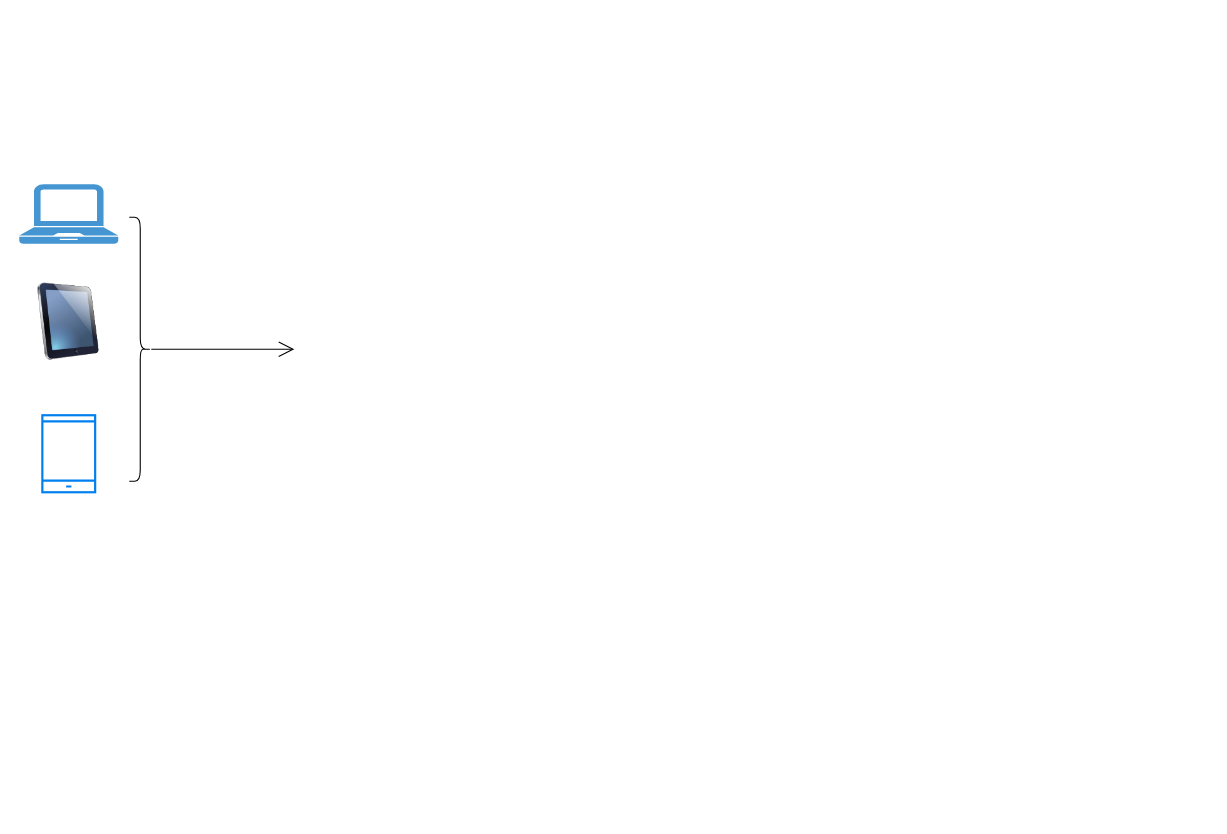
Above: Схема развёртывания приложения.drawio in Eugene-Bykovsky/diagrams (draw.io), before the change. Source tidied: cells renumbered, new cells numbered last; positions are measured from the earlier drawing's top-left corner, leaving out a move shared by most shapes. Both pictures are drawn from the tidied source at 110%, with x=0, y=0 at pixel (19, 184). Pictures stored in the file or linked from it are replaced by grey dashed boxes.
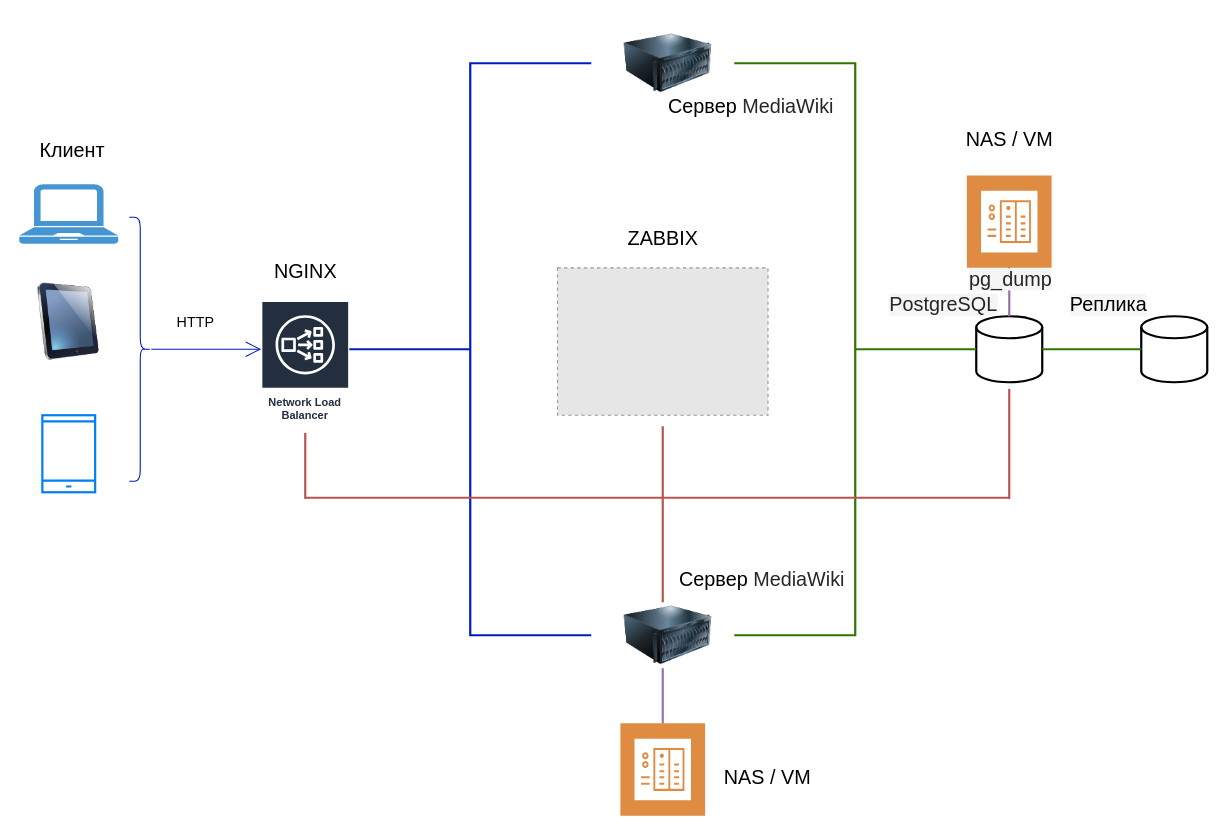
The same diagram, later.

What changed in the source:
```diff
@@
-    <mxCell id="5" style="shape=curlyBracket;whiteSpace=wrap;html=1;rounded=1;flipH=1;labelPosition=right;verticalLabelPosition=middle;align=left;verticalAlign=middle;" parent="1" vertex="1">
+    <mxCell id="5" style="shape=curlyBracket;whiteSpace=wrap;html=1;rounded=1;flipH=1;labelPosition=right;verticalLabelPosition=middle;align=left;verticalAlign=middle;fillColor=#0050ef;fontColor=#ffffff;strokeColor=#001DBC;" parent="1" vertex="1">
       <mxGeometry x="100" y="30" width="20" height="240" as="geometry" />
     </mxCell>
-    <mxCell id="6" style="endArrow=open;endFill=1;endSize=12;html=1;rounded=0;" parent="1" edge="1">
+    <mxCell id="6" style="endArrow=open;endFill=1;endSize=12;html=1;rounded=0;fillColor=#0050ef;strokeColor=#001DBC;" parent="1" edge="1">
       <mxGeometry relative="1" as="geometry">
         <mxPoint x="120" y="150" as="sourcePoint" />
-        <mxPoint x="250" y="150" as="targetPoint" />
+        <mxPoint x="220" y="150" as="targetPoint" />
       </mxGeometry>
     </mxCell>
+    <mxCell id="7" style="image;html=1;image=img/lib/clip_art/computers/Server_128x128.png;" parent="1" vertex="1">
+      <mxGeometry x="550" y="-150" width="80" height="80" as="geometry" />
+    </mxCell>
+    <mxCell id="8" style="image;html=1;image=img/lib/clip_art/computers/Server_128x128.png;" parent="1" vertex="1">
+      <mxGeometry x="550" y="370" width="80" height="80" as="geometry" />
+    </mxCell>
+    <mxCell id="9" style="strokeWidth=2;html=1;shape=mxgraph.flowchart.database;whiteSpace=wrap;" parent="1" vertex="1">
+      <mxGeometry x="870" y="120" width="60" height="60" as="geometry" />
+    </mxCell>
+    <mxCell id="10" value="Network Load Balancer" style="sketch=0;fontColor=#232F3E;gradientColor=none;strokeColor=#ffffff;fillColor=#232F3E;dashed=0;verticalLabelPosition=middle;verticalAlign=bottom;align=center;html=1;whiteSpace=wrap;fontSize=10;fontStyle=1;spacing=3;shape=mxgraph.aws4.productIcon;prIcon=mxgraph.aws4.network_load_balancer;" parent="1" vertex="1">
+      <mxGeometry x="220" y="106" width="80" height="114" as="geometry" />
+    </mxCell>
+    <mxCell id="11" style="strokeWidth=2;html=1;shape=mxgraph.flowchart.annotation_2;align=left;labelPosition=right;fillColor=#0050ef;fontColor=#ffffff;strokeColor=#001DBC;" parent="1" vertex="1">
+      <mxGeometry x="300" y="-110" width="220" height="520" as="geometry" />
+    </mxCell>
+    <mxCell id="12" style="strokeWidth=2;html=1;shape=mxgraph.flowchart.annotation_2;align=left;labelPosition=right;rotation=-180;fillColor=#60a917;fontColor=#ffffff;strokeColor=#2D7600;" parent="1" vertex="1">
+      <mxGeometry x="650" y="-110" width="220" height="520" as="geometry" />
+    </mxCell>
+    <mxCell id="13" style="strokeWidth=2;html=1;shape=mxgraph.flowchart.database;whiteSpace=wrap;" parent="1" vertex="1">
+      <mxGeometry x="1020" y="120" width="60" height="60" as="geometry" />
+    </mxCell>
+    <mxCell id="14" style="line;strokeWidth=2;html=1;fillColor=#60a917;fontColor=#ffffff;strokeColor=#2D7600;" parent="1" vertex="1">
+      <mxGeometry x="930" y="145" width="90" height="10" as="geometry" />
+    </mxCell>
+    <mxCell id="15" style="line;strokeWidth=2;direction=south;html=1;fillColor=#e1d5e7;strokeColor=#9673a6;" parent="1" vertex="1">
+      <mxGeometry x="895" y="70" width="10" height="50" as="geometry" />
+    </mxCell>
+    <mxCell id="16" style="sketch=0;shadow=0;dashed=0;html=1;strokeColor=none;fillColor=#DF8C42;labelPosition=center;verticalLabelPosition=bottom;verticalAlign=top;align=center;shape=mxgraph.veeam2.nas_backup;" parent="1" vertex="1">
+      <mxGeometry x="546.5" y="490" width="77" height="84" as="geometry" />
+    </mxCell>
+    <mxCell id="17" style="line;strokeWidth=2;direction=south;html=1;fillColor=#e1d5e7;strokeColor=#9673a6;" parent="1" vertex="1">
+      <mxGeometry x="580" y="440" width="10" height="50" as="geometry" />
+    </mxCell>
+    <mxCell id="18" style="sketch=0;shadow=0;dashed=0;html=1;strokeColor=none;fillColor=#DF8C42;labelPosition=center;verticalLabelPosition=bottom;verticalAlign=top;align=center;shape=mxgraph.veeam2.nas_backup;" parent="1" vertex="1">
+      <mxGeometry x="861.5" y="-8" width="77" height="84" as="geometry" />
+    </mxCell>
+    <mxCell id="19" style="fillColor=#E6E6E6;strokeColor=#999999;dashed=1;html=1;verticalLabelPosition=bottom;labelBackgroundColor=#ffffff;verticalAlign=top;" parent="1" vertex="1">
+      <mxGeometry x="489.3" y="76" width="191.4" height="134" as="geometry" />
+    </mxCell>
+    <mxCell id="20" value="ZABBIX" style="text;html=1;align=center;verticalAlign=middle;strokeColor=none;fillColor=none;fontSize=18;" parent="1" vertex="1">
+      <mxGeometry x="540" y="30" width="90" height="40" as="geometry" />
+    </mxCell>
+    <mxCell id="21" style="line;strokeWidth=2;html=1;fillColor=#f8cecc;strokeColor=#b85450;" parent="1" vertex="1">
+      <mxGeometry x="260" y="280" width="640" height="10" as="geometry" />
+    </mxCell>
+    <mxCell id="22" style="line;strokeWidth=2;direction=south;html=1;fillColor=#f8cecc;strokeColor=#b85450;" parent="1" vertex="1">
+      <mxGeometry x="895" y="186" width="10" height="100" as="geometry" />
+    </mxCell>
+    <mxCell id="23" style="line;strokeWidth=2;direction=south;html=1;fillColor=#f8cecc;strokeColor=#b85450;" parent="1" vertex="1">
+      <mxGeometry x="255" y="226" width="10" height="60" as="geometry" />
+    </mxCell>
+    <mxCell id="24" style="line;strokeWidth=2;direction=south;html=1;fillColor=#f8cecc;strokeColor=#b85450;" parent="1" vertex="1">
+      <mxGeometry x="580" y="220" width="10" height="160" as="geometry" />
+    </mxCell>
+    <mxCell id="25" value="NGINX" style="text;html=1;align=center;verticalAlign=middle;strokeColor=none;fillColor=none;fontSize=18;" parent="1" vertex="1">
+      <mxGeometry x="220" y="60" width="80" height="40" as="geometry" />
+    </mxCell>
+    <mxCell id="26" value="HTTP" style="text;html=1;align=center;verticalAlign=middle;strokeColor=none;fillColor=none;fontSize=13;" parent="1" vertex="1">
+      <mxGeometry x="130" y="110" width="60" height="30" as="geometry" />
+    </mxCell>
+    <mxCell id="27" value="Сервер&amp;nbsp;&lt;span style=&quot;background-color: rgb(255, 255, 255); color: rgba(0, 0, 0, 0.85); font-family: &amp;quot;YS Text&amp;quot;, sans-serif; text-align: start; text-wrap-mode: wrap;&quot;&gt;MediaWiki&lt;/span&gt;" style="text;html=1;align=center;verticalAlign=middle;strokeColor=none;fillColor=none;fontSize=18;" parent="1" vertex="1">
+      <mxGeometry x="580" y="-90" width="170" height="40" as="geometry" />
+    </mxCell>
+    <mxCell id="28" value="Сервер&amp;nbsp;&lt;span style=&quot;background-color: rgb(255, 255, 255); color: rgba(0, 0, 0, 0.85); font-family: &amp;quot;YS Text&amp;quot;, sans-serif; text-align: start; text-wrap-mode: wrap;&quot;&gt;MediaWiki&lt;/span&gt;" style="text;html=1;align=center;verticalAlign=middle;strokeColor=none;fillColor=none;fontSize=18;" parent="1" vertex="1">
+      <mxGeometry x="590" y="340" width="170" height="40" as="geometry" />
+    </mxCell>
+    <mxCell id="29" value="&lt;span style=&quot;color: rgba(0, 0, 0, 0.85); font-family: &amp;quot;YS Text&amp;quot;, sans-serif; text-align: start; white-space: pre-wrap; background-color: rgb(245, 245, 245);&quot;&gt;PostgreSQL&lt;/span&gt;" style="text;html=1;align=center;verticalAlign=middle;strokeColor=none;fillColor=none;fontSize=18;" parent="1" vertex="1">
+      <mxGeometry x="780" y="90" width="120" height="40" as="geometry" />
+    </mxCell>
+    <mxCell id="30" value="&lt;div style=&quot;text-align: start;&quot;&gt;&lt;font face=&quot;YS Text, sans-serif&quot;&gt;&lt;span style=&quot;white-space: pre-wrap; background-color: rgb(245, 245, 245);&quot;&gt;Реплика&lt;/span&gt;&lt;/font&gt;&lt;/div&gt;" style="text;html=1;align=center;verticalAlign=middle;strokeColor=none;fillColor=none;fontSize=18;" parent="1" vertex="1">
+      <mxGeometry x="940" y="90" width="100" height="40" as="geometry" />
+    </mxCell>
+    <mxCell id="31" value="&lt;div style=&quot;text-align: start;&quot;&gt;NAS / VM&lt;/div&gt;" style="text;html=1;align=center;verticalAlign=middle;strokeColor=none;fillColor=none;fontSize=18;" parent="1" vertex="1">
+      <mxGeometry x="850" y="-60" width="100" height="40" as="geometry" />
+    </mxCell>
+    <mxCell id="32" value="&lt;div style=&quot;text-align: start;&quot;&gt;NAS / VM&lt;/div&gt;" style="text;html=1;align=center;verticalAlign=middle;strokeColor=none;fillColor=none;fontSize=18;" parent="1" vertex="1">
+      <mxGeometry x="630" y="520" width="100" height="40" as="geometry" />
+    </mxCell>
+    <mxCell id="33" value="Клиент" style="text;html=1;align=center;verticalAlign=middle;strokeColor=none;fillColor=none;fontSize=18;" parent="1" vertex="1">
+      <mxGeometry x="2.5" y="-50" width="90" height="40" as="geometry" />
+    </mxCell>
+    <mxCell id="34" value="&lt;span style=&quot;color: rgba(0, 0, 0, 0.85); font-family: &amp;quot;YS Text&amp;quot;, sans-serif; font-size: 18px; font-style: normal; font-variant-ligatures: normal; font-variant-caps: normal; font-weight: 400; letter-spacing: normal; orphans: 2; text-align: start; text-indent: 0px; text-transform: none; widows: 2; word-spacing: 0px; -webkit-text-stroke-width: 0px; white-space: pre-wrap; background-color: rgb(245, 245, 245); text-decoration-thickness: initial; text-decoration-style: initial; text-decoration-color: initial; display: inline !important; float: none;&quot;&gt;pg_dump&lt;/span&gt;" style="text;whiteSpace=wrap;html=1;" parent="1" vertex="1">
+      <mxGeometry x="861.5" y="70" width="110" height="50" as="geometry" />
+    </mxCell>
```
